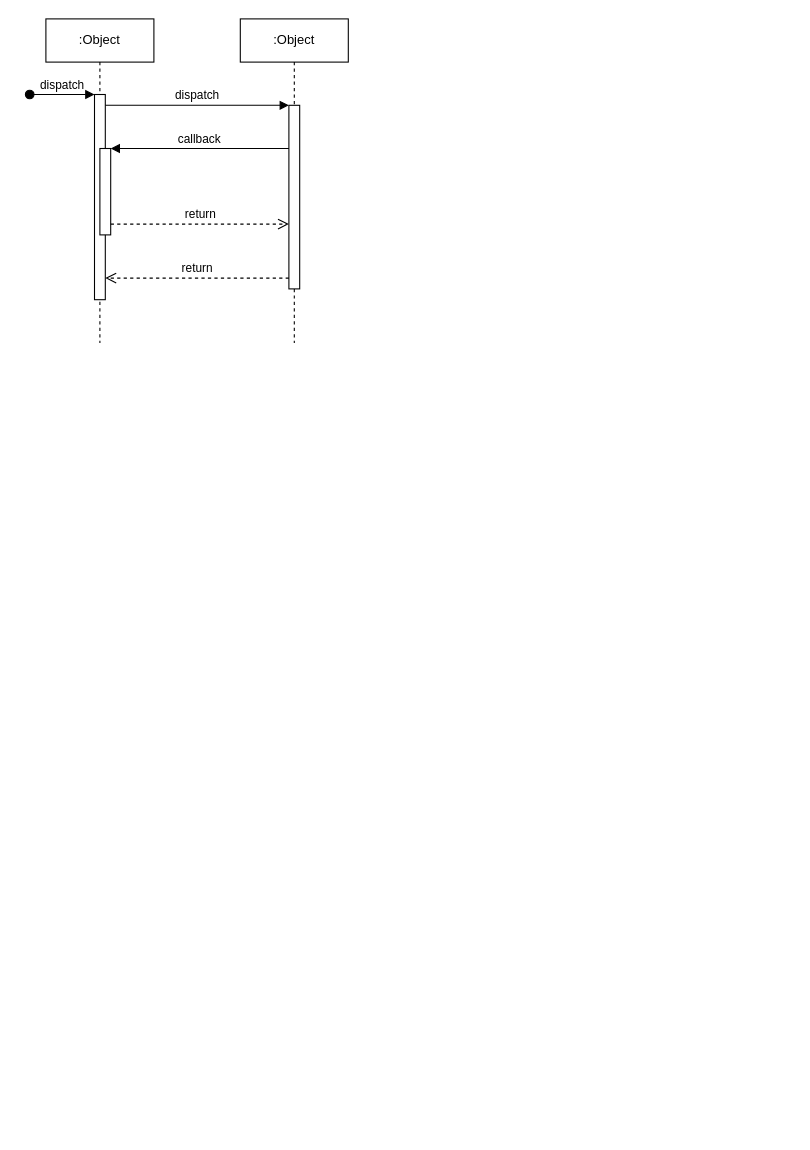
Xarfo/tafsiri keeps this draw.io diagram as tafsiri.drawio. Above is the earlier version. Source tidied: cells renumbered, new cells numbered last; positions are measured from the earlier drawing's top-left corner, leaving out a move shared by most shapes. Both pictures are drawn from the tidied source at 108%, with x=0, y=0 at pixel (29, 18).
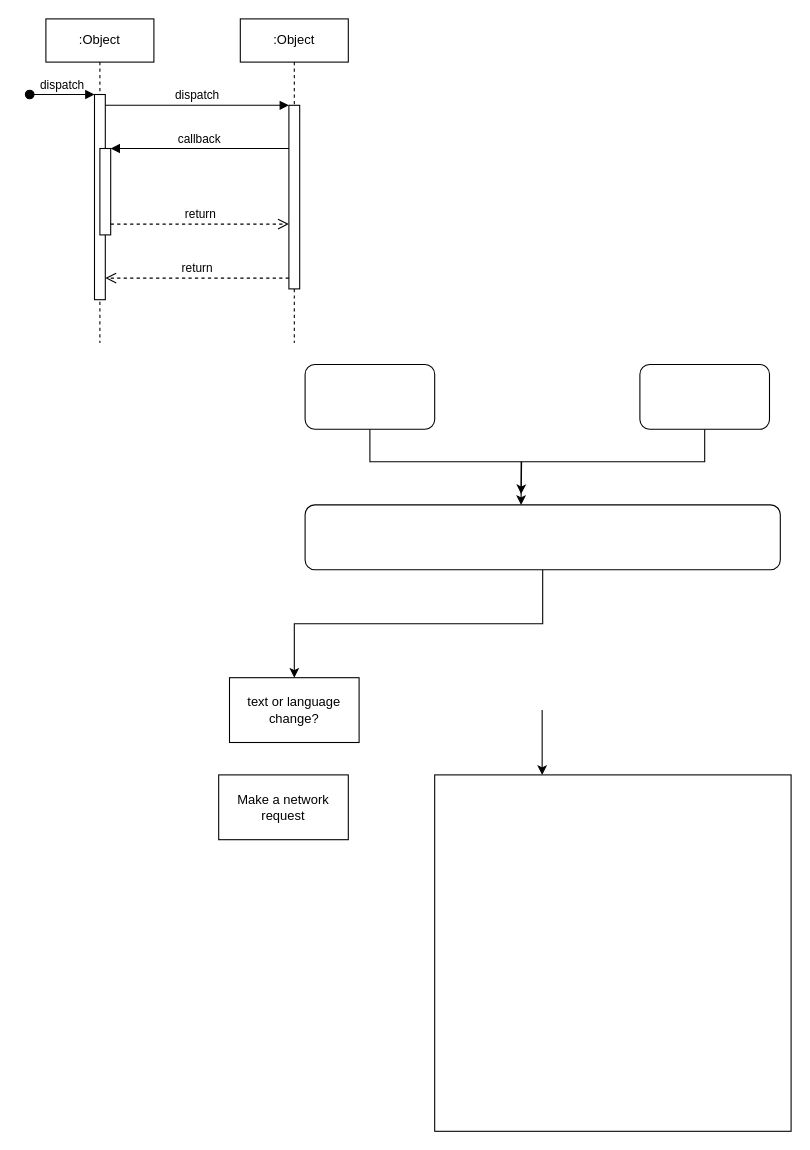
The same page after the edit.

Change to the diagram source:
```diff
@@
+    <mxCell id="12" style="edgeStyle=orthogonalEdgeStyle;rounded=0;jettySize=auto;html=1;exitX=0.5;exitY=1;exitDx=0;exitDy=0;" parent="1" edge="1" source="13">
+      <mxGeometry relative="1" as="geometry">
+        <mxPoint x="455" y="440" as="targetPoint" />
+      </mxGeometry>
+    </mxCell>
+    <mxCell id="13" style="rounded=1;whiteSpace=wrap;html=1;" parent="1" vertex="1">
+      <mxGeometry x="565" y="320" width="120" height="60" as="geometry" />
+    </mxCell>
+    <mxCell id="14" style="edgeStyle=orthogonalEdgeStyle;rounded=0;jettySize=auto;html=1;" parent="1" edge="1" source="15" target="17">
+      <mxGeometry relative="1" as="geometry">
+        <Array as="points">
+          <mxPoint x="315" y="410" />
+          <mxPoint x="455" y="410" />
+        </Array>
+      </mxGeometry>
+    </mxCell>
+    <mxCell id="15" style="rounded=1;whiteSpace=wrap;html=1;" parent="1" vertex="1">
+      <mxGeometry x="255" y="320" width="120" height="60" as="geometry" />
+    </mxCell>
+    <mxCell id="16" style="edgeStyle=orthogonalEdgeStyle;rounded=0;jettySize=auto;html=1;exitX=0.5;exitY=1;exitDx=0;exitDy=0;" parent="1" edge="1" source="17" target="18">
+      <mxGeometry relative="1" as="geometry" />
+    </mxCell>
+    <mxCell id="17" style="rounded=1;whiteSpace=wrap;html=1;" parent="1" vertex="1">
+      <mxGeometry x="255" y="450" width="440" height="60" as="geometry" />
+    </mxCell>
+    <mxCell id="18" value="text or language change?" style="rounded=0;whiteSpace=wrap;html=1;" parent="1" vertex="1">
+      <mxGeometry x="185" y="610" width="120" height="60" as="geometry" />
+    </mxCell>
+    <mxCell id="19" value="Make a network request" style="rounded=0;whiteSpace=wrap;html=1;" parent="1" vertex="1">
+      <mxGeometry x="175" y="700" width="120" height="60" as="geometry" />
+    </mxCell>
+    <mxCell id="20" style="edgeStyle=orthogonalEdgeStyle;rounded=0;orthogonalLoop=1;jettySize=auto;html=1;exitX=0.5;exitY=0;exitDx=0;exitDy=0;" parent="1" edge="1">
+      <mxGeometry relative="1" as="geometry">
+        <mxPoint x="474.5" y="640" as="sourcePoint" />
+        <mxPoint x="474.5" y="700" as="targetPoint" />
+      </mxGeometry>
+    </mxCell>
+    <mxCell id="21" style="whiteSpace=wrap;html=1;" parent="1" vertex="1">
+      <mxGeometry x="375" y="700" width="330" height="330" as="geometry" />
+    </mxCell>
```
